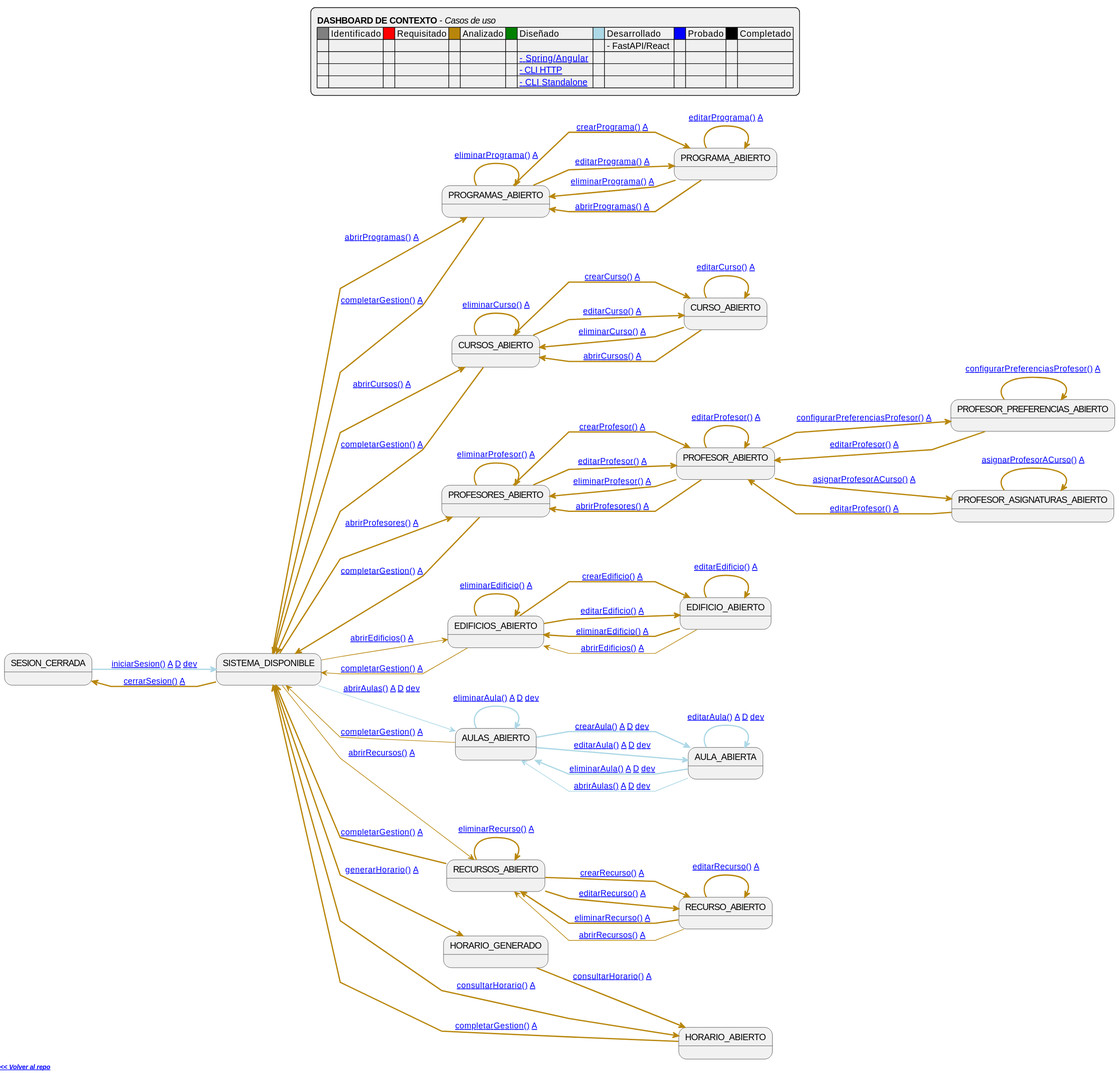
The PlantUML diagram images/RUP/99-seguimiento/diagrama-contexto-administrador.svg in mmasias/pySigHor, before a commit.
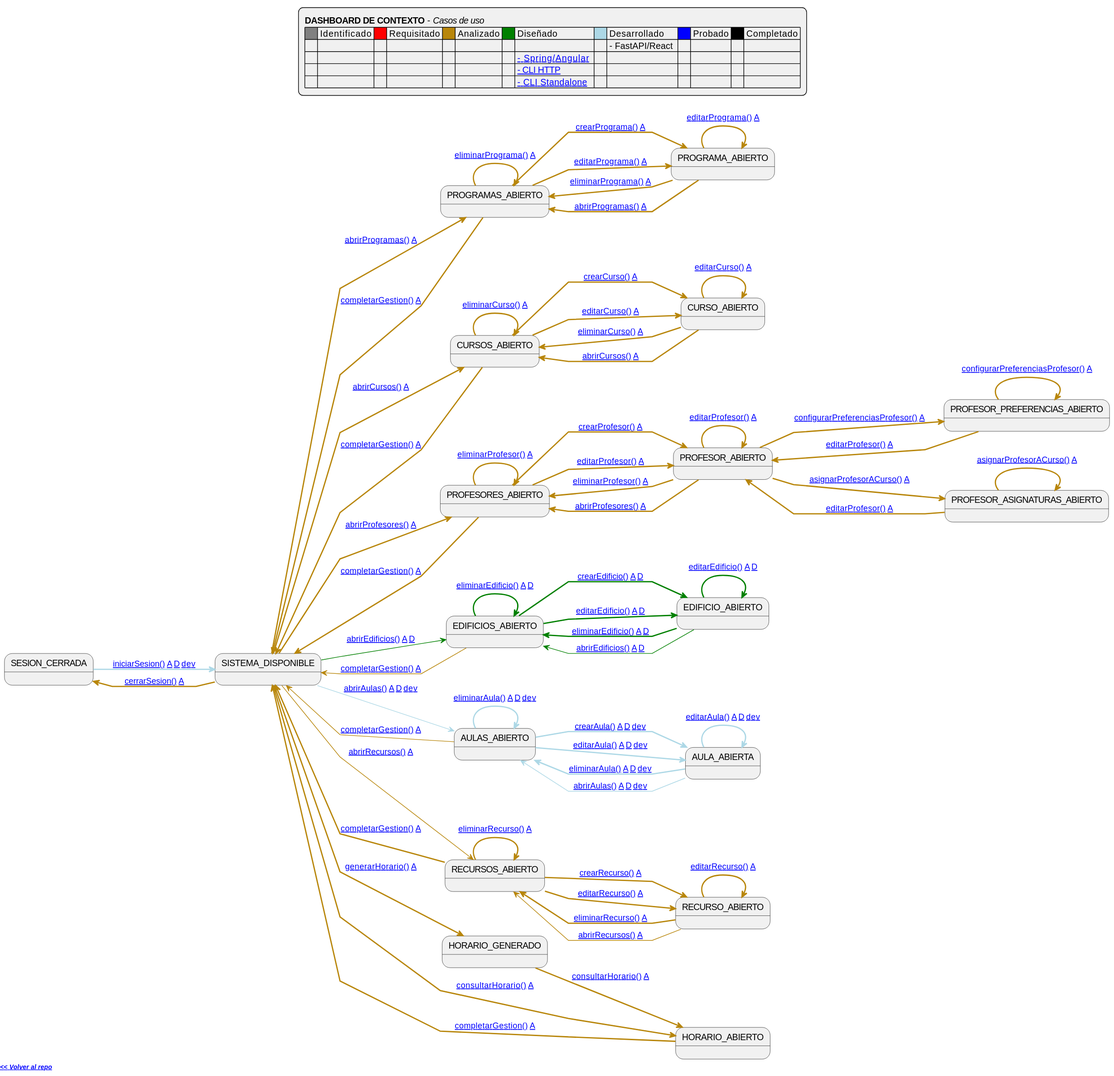
Above is the later version.

Commit message:
LYCAEUM 0-A/0-B: dashboard actualizado + diseño mínimo Edificios pre-Iteración 2

Diff of the diagram source:
```diff
@@ -53,7 +53,7 @@
 Menu -[#darkgoldenrod,thickness=2]-> ListProgramas: [[https://github.com/mmasias/pySigHor/blob/main/RUP/00-casos-uso/02-detalle/abrirProgramas/README.md abrirProgramas()]] [[https://github.com/mmasias/pySigHor/blob/main/RUP/01-analisis/casos-uso/abrirProgramas/README.md A]]
 Menu -[#darkgoldenrod,thickness=2]-> ListCursos: [[https://github.com/mmasias/pySigHor/blob/main/RUP/00-casos-uso/02-detalle/abrirCursos/README.md abrirCursos()]] [[https://github.com/mmasias/pySigHor/blob/main/RUP/01-analisis/casos-uso/abrirCursos/README.md A]]
 Menu -[#darkgoldenrod,thickness=2]-> ListProfesores: [[https://github.com/mmasias/pySigHor/blob/main/RUP/00-casos-uso/02-detalle/abrirProfesores/README.md abrirProfesores()]] [[https://github.com/mmasias/pySigHor/blob/main/RUP/01-analisis/casos-uso/abrirProfesores/README.md A]]
-Menu -[#darkgoldenrod]-> ListEdificios: [[https://github.com/mmasias/pySigHor/blob/main/RUP/00-casos-uso/02-detalle/abrirEdificios/README.md abrirEdificios()]] [[https://github.com/mmasias/pySigHor/blob/main/RUP/01-analisis/casos-uso/abrirEdificios/README.md A]]
+Menu -[#green]-> ListEdificios: [[https://github.com/mmasias/pySigHor/blob/main/RUP/00-casos-uso/02-detalle/abrirEdificios/README.md abrirEdificios()]] [[https://github.com/mmasias/pySigHor/blob/main/RUP/01-analisis/casos-uso/abrirEdificios/README.md A]] [[https://github.com/mmasias/pySigHor/blob/diseño-fastapi-react/RUP/02-diseño/casos-uso/abrirEdificios/README.md D]]
 Menu -[#lightblue]-> ListAulas: [[https://github.com/mmasias/pySigHor/blob/main/RUP/00-casos-uso/02-detalle/abrirAulas/README.md abrirAulas()]] [[https://github.com/mmasias/pySigHor/blob/main/RUP/01-analisis/casos-uso/abrirAulas/README.md A]] [[https://github.com/mmasias/pySigHor/blob/diseño-fastapi-react/RUP/02-diseño/casos-uso/abrirAulas/README.md D]] [[https://github.com/mmasias/pySigHor/blob/diseño-fastapi-react/RUP/03-desarrollo/casos-uso/abrirAulas/README.md dev]]
 Menu -[#darkgoldenrod]-> ListRecursos: [[https://github.com/mmasias/pySigHor/blob/main/RUP/00-casos-uso/02-detalle/abrirRecursos/README.md abrirRecursos()]] [[https://github.com/mmasias/pySigHor/blob/main/RUP/01-analisis/casos-uso/abrirRecursos/README.md A]]
 Menu -[#darkgoldenrod,bold]-> Generacion: [[https://github.com/mmasias/pySigHor/blob/main/RUP/00-casos-uso/02-detalle/generarHorario/README.md generarHorario()]] [[https://github.com/mmasias/pySigHor/blob/main/RUP/01-analisis/casos-uso/generarHorario/README.md A]]
@@ -84,12 +84,12 @@
 EditProfesor -[#darkgoldenrod,thickness=2]-> ListProfesores: [[https://github.com/mmasias/pySigHor/blob/main/RUP/00-casos-uso/02-detalle/abrirProfesores/README.md abrirProfesores()]] [[https://github.com/mmasias/pySigHor/blob/main/RUP/01-analisis/casos-uso/abrirProfesores/README.md A]]
 EditProfesorPreferencias -[#darkgoldenrod,thickness=2]-> EditProfesorPreferencias: [[https://github.com/mmasias/pySigHor/blob/main/RUP/00-casos-uso/02-detalle/configurarPreferenciasProfesor/README.md configurarPreferenciasProfesor()]] [[https://github.com/mmasias/pySigHor/blob/main/RUP/01-analisis/casos-uso/configurarPreferenciasProfesor/README.md A]]
 EditProfesorPreferencias -[#darkgoldenrod,thickness=2]-> EditProfesor: [[https://github.com/mmasias/pySigHor/blob/main/RUP/00-casos-uso/02-detalle/editarProfesor/README.md editarProfesor()]] [[https://github.com/mmasias/pySigHor/blob/main/RUP/01-analisis/casos-uso/editarProfesor/README.md A]]
-ListEdificios -[#darkgoldenrod,bold]-> EditEdificio: [[https://github.com/mmasias/pySigHor/blob/main/RUP/00-casos-uso/02-detalle/crearEdificio/README.md crearEdificio()]] [[https://github.com/mmasias/pySigHor/blob/main/RUP/01-analisis/casos-uso/crearEdificio/README.md A]]
-ListEdificios -[#darkgoldenrod,bold]-> EditEdificio: [[https://github.com/mmasias/pySigHor/blob/main/RUP/00-casos-uso/02-detalle/editarEdificio/README.md editarEdificio()]] [[https://github.com/mmasias/pySigHor/blob/main/RUP/01-analisis/casos-uso/editarEdificio/README.md A]]
-ListEdificios -[#darkgoldenrod,bold]-> ListEdificios: [[https://github.com/mmasias/pySigHor/blob/main/RUP/00-casos-uso/02-detalle/eliminarEdificio/README.md eliminarEdificio()]] [[https://github.com/mmasias/pySigHor/blob/main/RUP/01-analisis/casos-uso/eliminarEdificio/README.md A]]
-EditEdificio -[#darkgoldenrod,bold]-> EditEdificio: [[https://github.com/mmasias/pySigHor/blob/main/RUP/00-casos-uso/02-detalle/editarEdificio/README.md editarEdificio()]] [[https://github.com/mmasias/pySigHor/blob/main/RUP/01-analisis/casos-uso/editarEdificio/README.md A]]
-EditEdificio -[#darkgoldenrod,bold]-> ListEdificios: [[https://github.com/mmasias/pySigHor/blob/main/RUP/00-casos-uso/02-detalle/eliminarEdificio/README.md eliminarEdificio()]] [[https://github.com/mmasias/pySigHor/blob/main/RUP/01-analisis/casos-uso/eliminarEdificio/README.md A]]
-EditEdificio -[#darkgoldenrod]-> ListEdificios: [[https://github.com/mmasias/pySigHor/blob/main/RUP/00-casos-uso/02-detalle/abrirEdificios/README.md abrirEdificios()]] [[https://github.com/mmasias/pySigHor/blob/main/RUP/01-analisis/casos-uso/abrirEdificios/README.md A]]
+ListEdificios -[#green,bold]-> EditEdificio: [[https://github.com/mmasias/pySigHor/blob/main/RUP/00-casos-uso/02-detalle/crearEdificio/README.md crearEdificio()]] [[https://github.com/mmasias/pySigHor/blob/main/RUP/01-analisis/casos-uso/crearEdificio/README.md A]] [[https://github.com/mmasias/pySigHor/blob/diseño-fastapi-react/RUP/02-diseño/casos-uso/crearEdificio/README.md D]]
+ListEdificios -[#green,bold]-> EditEdificio: [[https://github.com/mmasias/pySigHor/blob/main/RUP/00-casos-uso/02-detalle/editarEdificio/README.md editarEdificio()]] [[https://github.com/mmasias/pySigHor/blob/main/RUP/01-analisis/casos-uso/editarEdificio/README.md A]] [[https://github.com/mmasias/pySigHor/blob/diseño-fastapi-react/RUP/02-diseño/casos-uso/editarEdificio/README.md D]]
+ListEdificios -[#green,bold]-> ListEdificios: [[https://github.com/mmasias/pySigHor/blob/main/RUP/00-casos-uso/02-detalle/eliminarEdificio/README.md eliminarEdificio()]] [[https://github.com/mmasias/pySigHor/blob/main/RUP/01-analisis/casos-uso/eliminarEdificio/README.md A]] [[https://github.com/mmasias/pySigHor/blob/diseño-fastapi-react/RUP/02-diseño/casos-uso/eliminarEdificio/README.md D]]
+EditEdificio -[#green,bold]-> EditEdificio: [[https://github.com/mmasias/pySigHor/blob/main/RUP/00-casos-uso/02-detalle/editarEdificio/README.md editarEdificio()]] [[https://github.com/mmasias/pySigHor/blob/main/RUP/01-analisis/casos-uso/editarEdificio/README.md A]] [[https://github.com/mmasias/pySigHor/blob/diseño-fastapi-react/RUP/02-diseño/casos-uso/editarEdificio/README.md D]]
+EditEdificio -[#green,bold]-> ListEdificios: [[https://github.com/mmasias/pySigHor/blob/main/RUP/00-casos-uso/02-detalle/eliminarEdificio/README.md eliminarEdificio()]] [[https://github.com/mmasias/pySigHor/blob/main/RUP/01-analisis/casos-uso/eliminarEdificio/README.md A]] [[https://github.com/mmasias/pySigHor/blob/diseño-fastapi-react/RUP/02-diseño/casos-uso/eliminarEdificio/README.md D]]
+EditEdificio -[#green]-> ListEdificios: [[https://github.com/mmasias/pySigHor/blob/main/RUP/00-casos-uso/02-detalle/abrirEdificios/README.md abrirEdificios()]] [[https://github.com/mmasias/pySigHor/blob/main/RUP/01-analisis/casos-uso/abrirEdificios/README.md A]] [[https://github.com/mmasias/pySigHor/blob/diseño-fastapi-react/RUP/02-diseño/casos-uso/abrirEdificios/README.md D]]
 ListAulas -[#lightblue,bold]-> EditAula: [[https://github.com/mmasias/pySigHor/blob/main/RUP/00-casos-uso/02-detalle/crearAula/README.md crearAula()]] [[https://github.com/mmasias/pySigHor/blob/main/RUP/01-analisis/casos-uso/crearAula/README.md A]] [[https://github.com/mmasias/pySigHor/blob/diseño-fastapi-react/RUP/02-diseño/casos-uso/crearAula/README.md D]] [[https://github.com/mmasias/pySigHor/blob/diseño-fastapi-react/RUP/03-desarrollo/casos-uso/crearAula/README.md dev]]
 ListAulas -[#lightblue,bold]-> EditAula: [[https://github.com/mmasias/pySigHor/blob/main/RUP/00-casos-uso/02-detalle/editarAula/README.md editarAula()]] [[https://github.com/mmasias/pySigHor/blob/main/RUP/01-analisis/casos-uso/editarAula/README.md A]] [[https://github.com/mmasias/pySigHor/blob/diseño-fastapi-react/RUP/02-diseño/casos-uso/editarAula/README.md D]] [[https://github.com/mmasias/pySigHor/blob/diseño-fastapi-react/RUP/03-desarrollo/casos-uso/editarAula/README.md dev]]
 ListAulas -[#lightblue,bold]-> ListAulas: [[https://github.com/mmasias/pySigHor/blob/main/RUP/00-casos-uso/02-detalle/eliminarAula/README.md eliminarAula()]] [[https://github.com/mmasias/pySigHor/blob/main/RUP/01-analisis/casos-uso/eliminarAula/README.md A]] [[https://github.com/mmasias/pySigHor/blob/diseño-fastapi-react/RUP/02-diseño/casos-uso/eliminarAula/README.md D]] [[https://github.com/mmasias/pySigHor/blob/diseño-fastapi-react/RUP/03-desarrollo/casos-uso/eliminarAula/README.md dev]]
```
